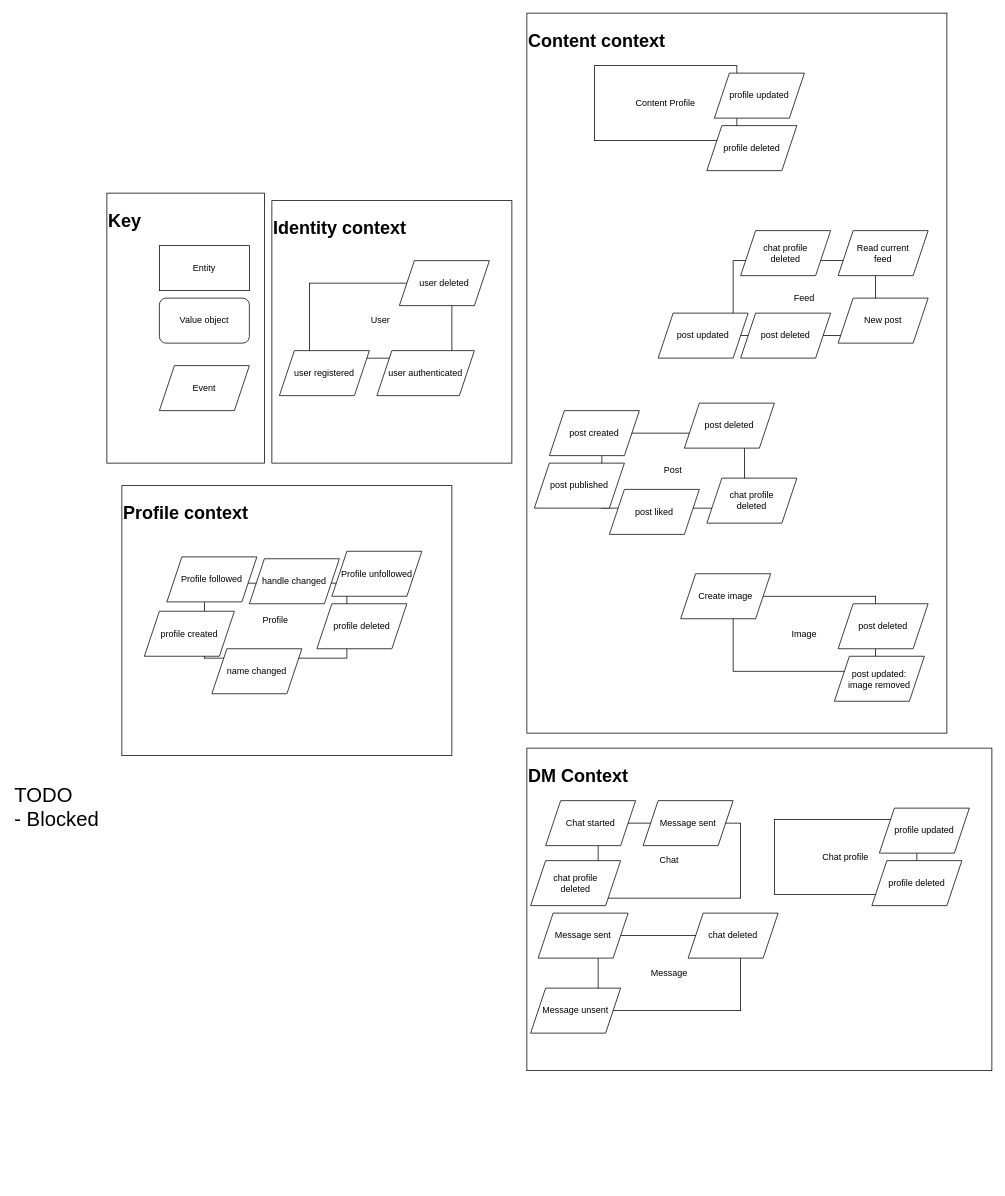
Earlier version of the draw.io diagram docs/Domain Model.drawio (domhall/instaclone). Source tidied: cells renumbered, new cells numbered last; positions are measured from the earlier drawing's top-left corner, leaving out a move shared by most shapes. Both pictures are drawn from the tidied source at 75%, with x=0, y=0 at pixel (13, 13).
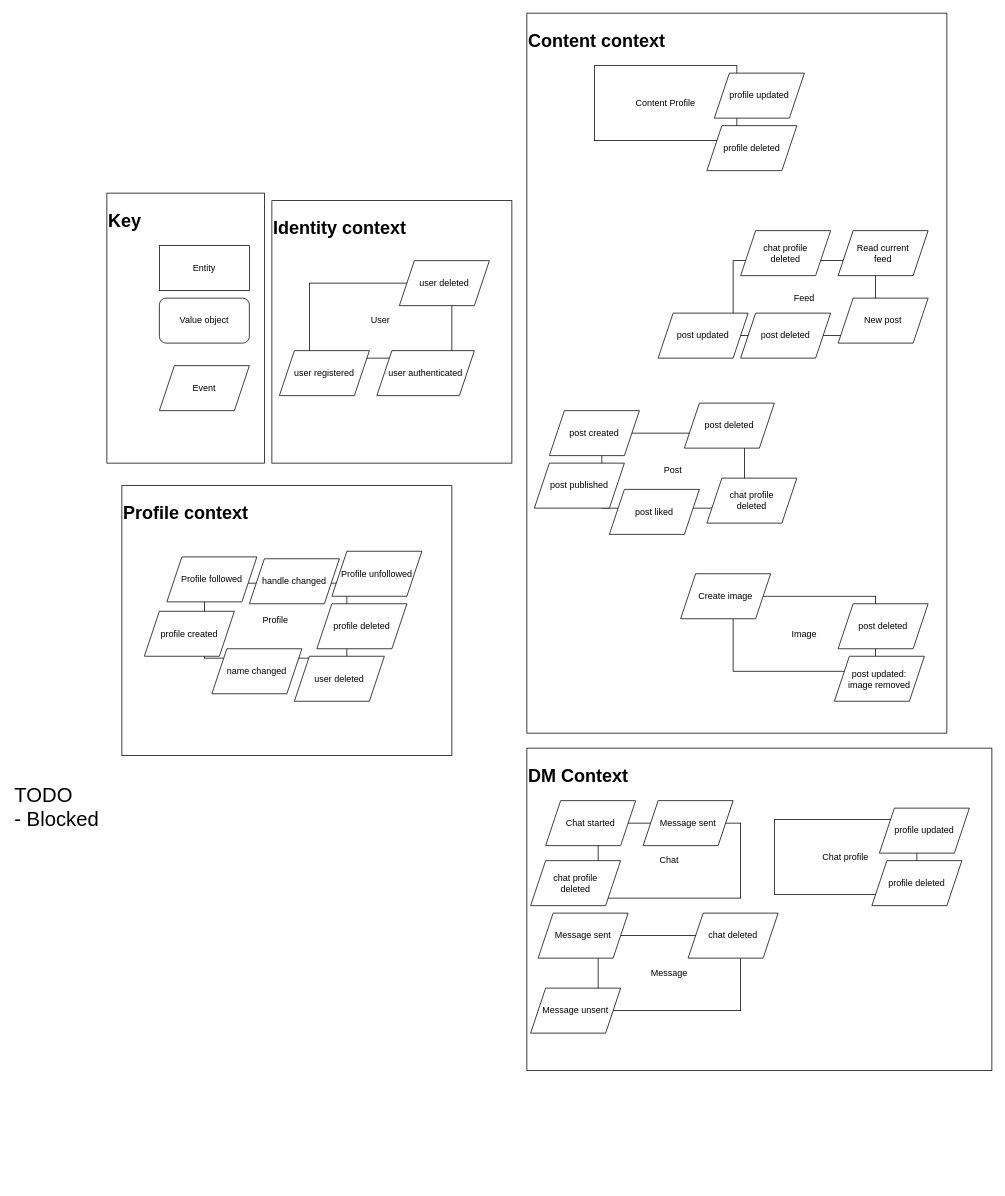
Above is the later version.

Diff of the diagram source:
```diff
@@
+    <mxCell id="52" value="user deleted" style="shape=parallelogram;perimeter=parallelogramPerimeter;whiteSpace=wrap;html=1;fixedSize=1;" parent="1" vertex="1">
+      <mxGeometry x="375" y="857.5" width="120" height="60" as="geometry" />
+    </mxCell>
```
